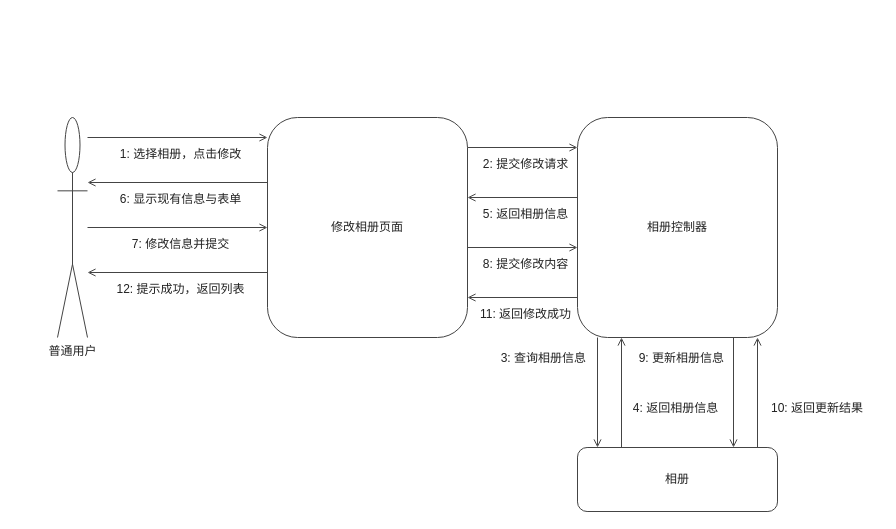
Above: docs/交付/2-相册管理-刘硕/images/修改相册_协作图.drawio in chennuo1101/electronic-photo-album-system1 (draw.io), before the change. Source tidied: cells renumbered, new cells numbered last; positions are measured from the earlier drawing's top-left corner, leaving out a move shared by most shapes. Both pictures are drawn from the tidied source at 100%, with x=0, y=0 at pixel (57, 117).
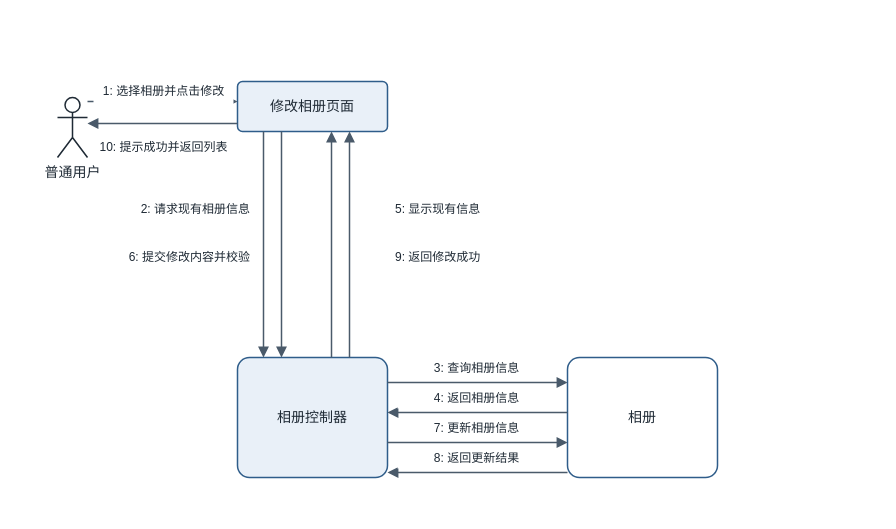
Above is the later version.

What changed in the source:
```diff
@@
+    <mxCell id="30" style="rounded=0;whiteSpace=wrap;html=1;fillColor=#FFFFFF;strokeColor=none;" parent="1" vertex="1">
+      <mxGeometry x="-40" y="-100" width="724" height="484" as="geometry" />
+    </mxCell>
-    <mxCell id="2" value="普通用户" style="shape=umlActor;verticalLabelPosition=bottom;verticalAlign=top;html=1;fillColor=#FFFFFF;strokeColor=#444444;fontFamily=Microsoft YaHei;fontSize=12;fontColor=#222222;" parent="1" vertex="1">
-      <mxGeometry width="30" height="220" as="geometry" />
+    <mxCell id="2" value="普通用户" style="shape=umlActor;verticalLabelPosition=bottom;verticalAlign=top;html=1;fillColor=#FFFFFF;strokeColor=#1F2A35;strokeWidth=1.5;fontFamily=Microsoft YaHei;fontSize=14;fontColor=#1F2A35;" parent="1" vertex="1">
+      <mxGeometry y="-20" width="30" height="60" as="geometry" />
     </mxCell>
-    <mxCell id="3" value="修改相册页面" style="rounded=1;whiteSpace=wrap;html=1;fillColor=#FFFFFF;strokeColor=#444444;fontFamily=Microsoft YaHei;fontSize=12;fontColor=#222222;" parent="1" vertex="1">
-      <mxGeometry x="210" width="200" height="220" as="geometry" />
+    <mxCell id="3" value="修改相册页面" style="rounded=1;arcSize=10;whiteSpace=wrap;html=1;fillColor=#E9F0F8;strokeColor=#2F5D8A;strokeWidth=1.5;fontFamily=Microsoft YaHei;fontSize=14;fontColor=#1F2A35;" parent="1" vertex="1">
+      <mxGeometry x="180" y="-36" width="150" height="50" as="geometry" />
     </mxCell>
+    <mxCell id="31" style="html=1;rounded=0;strokeColor=#4A5A6A;strokeWidth=1.5;startArrow=none;endArrow=block;endFill=1;endSize=7;jumpStyle=arc;jumpSize=6;" parent="1" edge="1">
+      <mxGeometry relative="1" as="geometry">
+        <mxPoint x="30" y="-16" as="sourcePoint" />
+        <mxPoint x="180" y="-16" as="targetPoint" />
+      </mxGeometry>
+    </mxCell>
+    <mxCell id="32" value="1: 选择相册并点击修改" style="text;html=1;align=center;verticalAlign=middle;fillColor=#FFFFFF;strokeColor=none;fontFamily=Microsoft YaHei;fontSize=12;fontColor=#1F2A35;" parent="1" vertex="1">
+      <mxGeometry x="36" y="-42" width="140" height="32" as="geometry" />
+    </mxCell>
+    <mxCell id="33" style="html=1;rounded=0;strokeColor=#4A5A6A;strokeWidth=1.5;startArrow=none;endArrow=block;endFill=1;endSize=7;jumpStyle=arc;jumpSize=6;" parent="1" edge="1">
+      <mxGeometry relative="1" as="geometry">
+        <mxPoint x="180" y="6" as="sourcePoint" />
+        <mxPoint x="30" y="6" as="targetPoint" />
+      </mxGeometry>
+    </mxCell>
+    <mxCell id="34" value="10: 提示成功并返回列表" style="text;html=1;align=center;verticalAlign=middle;fillColor=#FFFFFF;strokeColor=none;fontFamily=Microsoft YaHei;fontSize=12;fontColor=#1F2A35;" parent="1" vertex="1">
+      <mxGeometry x="36" y="14" width="140" height="32" as="geometry" />
+    </mxCell>
-    <mxCell id="4" value="相册控制器" style="rounded=1;whiteSpace=wrap;html=1;fillColor=#FFFFFF;strokeColor=#444444;fontFamily=Microsoft YaHei;fontSize=12;fontColor=#222222;" parent="1" vertex="1">
-      <mxGeometry x="520" width="200" height="220" as="geometry" />
+    <mxCell id="4" value="相册控制器" style="rounded=1;arcSize=10;whiteSpace=wrap;html=1;fillColor=#E9F0F8;strokeColor=#2F5D8A;strokeWidth=1.5;fontFamily=Microsoft YaHei;fontSize=14;fontColor=#1F2A35;" parent="1" vertex="1">
+      <mxGeometry x="180" y="240" width="150" height="120" as="geometry" />
     </mxCell>
+    <mxCell id="35" style="html=1;rounded=0;strokeColor=#4A5A6A;strokeWidth=1.5;startArrow=none;endArrow=block;endFill=1;endSize=7;jumpStyle=arc;jumpSize=6;" parent="1" edge="1">
+      <mxGeometry relative="1" as="geometry">
+        <mxPoint x="206" y="14" as="sourcePoint" />
+        <mxPoint x="206" y="240" as="targetPoint" />
+      </mxGeometry>
+    </mxCell>
+    <mxCell id="36" value="2: 请求现有相册信息" style="text;html=1;align=right;verticalAlign=middle;fillColor=#FFFFFF;strokeColor=none;fontFamily=Microsoft YaHei;fontSize=12;fontColor=#1F2A35;" parent="1" vertex="1">
+      <mxGeometry x="44" y="74" width="150" height="36" as="geometry" />
+    </mxCell>
+    <mxCell id="37" style="html=1;rounded=0;strokeColor=#4A5A6A;strokeWidth=1.5;startArrow=none;endArrow=block;endFill=1;endSize=7;jumpStyle=arc;jumpSize=6;" parent="1" edge="1">
+      <mxGeometry relative="1" as="geometry">
+        <mxPoint x="224" y="14" as="sourcePoint" />
+        <mxPoint x="224" y="240" as="targetPoint" />
+      </mxGeometry>
+    </mxCell>
+    <mxCell id="38" value="6: 提交修改内容并校验" style="text;html=1;align=right;verticalAlign=middle;fillColor=#FFFFFF;strokeColor=none;fontFamily=Microsoft YaHei;fontSize=12;fontColor=#1F2A35;" parent="1" vertex="1">
+      <mxGeometry x="44" y="122" width="150" height="36" as="geometry" />
+    </mxCell>
+    <mxCell id="39" style="html=1;rounded=0;strokeColor=#4A5A6A;strokeWidth=1.5;startArrow=none;endArrow=block;endFill=1;endSize=7;jumpStyle=arc;jumpSize=6;" parent="1" edge="1">
+      <mxGeometry relative="1" as="geometry">
+        <mxPoint x="274" y="240" as="sourcePoint" />
+        <mxPoint x="274" y="14" as="targetPoint" />
+      </mxGeometry>
+    </mxCell>
+    <mxCell id="40" value="5: 显示现有信息" style="text;html=1;align=left;verticalAlign=middle;fillColor=#FFFFFF;strokeColor=none;fontFamily=Microsoft YaHei;fontSize=12;fontColor=#1F2A35;" parent="1" vertex="1">
+      <mxGeometry x="336" y="74" width="150" height="36" as="geometry" />
+    </mxCell>
+    <mxCell id="41" style="html=1;rounded=0;strokeColor=#4A5A6A;strokeWidth=1.5;startArrow=none;endArrow=block;endFill=1;endSize=7;jumpStyle=arc;jumpSize=6;" parent="1" edge="1">
+      <mxGeometry relative="1" as="geometry">
+        <mxPoint x="292" y="240" as="sourcePoint" />
+        <mxPoint x="292" y="14" as="targetPoint" />
+      </mxGeometry>
+    </mxCell>
+    <mxCell id="42" value="9: 返回修改成功" style="text;html=1;align=left;verticalAlign=middle;fillColor=#FFFFFF;strokeColor=none;fontFamily=Microsoft YaHei;fontSize=12;fontColor=#1F2A35;" parent="1" vertex="1">
+      <mxGeometry x="336" y="122" width="150" height="36" as="geometry" />
+    </mxCell>
-    <mxCell id="5" value="相册" style="rounded=1;whiteSpace=wrap;html=1;fillColor=#FFFFFF;strokeColor=#444444;fontFamily=Microsoft YaHei;fontSize=12;fontColor=#222222;" parent="1" vertex="1">
-      <mxGeometry x="520" y="330" width="200" height="64" as="geometry" />
+    <mxCell id="5" value="相册" style="rounded=1;arcSize=10;whiteSpace=wrap;html=1;fillColor=#FFFFFF;strokeColor=#2F5D8A;strokeWidth=1.5;fontFamily=Microsoft YaHei;fontSize=14;fontColor=#1F2A35;" parent="1" vertex="1">
+      <mxGeometry x="510" y="240" width="150" height="120" as="geometry" />
     </mxCell>
-    <mxCell id="6" style="html=1;rounded=0;strokeColor=#444444;strokeWidth=1;startArrow=none;endArrow=open;endFill=0;" parent="1" edge="1">
-      <mxGeometry relative="1" as="geometry">
-        <mxPoint x="30" y="20" as="sourcePoint" />
-        <mxPoint x="210" y="20" as="targetPoint" />
-      </mxGeometry>
-    </mxCell>
-    <mxCell id="7" value="1: 选择相册，点击修改" style="text;html=1;align=center;verticalAlign=middle;fillColor=none;strokeColor=none;fontFamily=Microsoft YaHei;fontSize=12;fontColor=#222222;" parent="1" vertex="1">
-      <mxGeometry x="35" y="26" width="175" height="22" as="geometry" />
-    </mxCell>
-    <mxCell id="8" style="html=1;rounded=0;strokeColor=#444444;strokeWidth=1;startArrow=none;endArrow=open;endFill=0;" parent="1" edge="1">
-      <mxGeometry relative="1" as="geometry">
-        <mxPoint x="210" y="65" as="sourcePoint" />
-        <mxPoint x="30" y="65" as="targetPoint" />
-      </mxGeometry>
-    </mxCell>
-    <mxCell id="9" value="6: 显示现有信息与表单" style="text;html=1;align=center;verticalAlign=middle;fillColor=none;strokeColor=none;fontFamily=Microsoft YaHei;fontSize=12;fontColor=#222222;" parent="1" vertex="1">
-      <mxGeometry x="35" y="71" width="175" height="22" as="geometry" />
-    </mxCell>
-    <mxCell id="10" style="html=1;rounded=0;strokeColor=#444444;strokeWidth=1;startArrow=none;endArrow=open;endFill=0;" parent="1" edge="1">
-      <mxGeometry relative="1" as="geometry">
-        <mxPoint x="30" y="110" as="sourcePoint" />
-        <mxPoint x="210" y="110" as="targetPoint" />
-      </mxGeometry>
-    </mxCell>
-    <mxCell id="11" value="7: 修改信息并提交" style="text;html=1;align=center;verticalAlign=middle;fillColor=none;strokeColor=none;fontFamily=Microsoft YaHei;fontSize=12;fontColor=#222222;" parent="1" vertex="1">
-      <mxGeometry x="35" y="116" width="175" height="22" as="geometry" />
-    </mxCell>
-    <mxCell id="12" style="html=1;rounded=0;strokeColor=#444444;strokeWidth=1;startArrow=none;endArrow=open;endFill=0;" parent="1" edge="1">
-      <mxGeometry relative="1" as="geometry">
-        <mxPoint x="210" y="155" as="sourcePoint" />
-        <mxPoint x="30" y="155" as="targetPoint" />
-      </mxGeometry>
-    </mxCell>
-    <mxCell id="13" value="12: 提示成功，返回列表" style="text;html=1;align=center;verticalAlign=middle;fillColor=none;strokeColor=none;fontFamily=Microsoft YaHei;fontSize=12;fontColor=#222222;" parent="1" vertex="1">
-      <mxGeometry x="35" y="161" width="175" height="22" as="geometry" />
-    </mxCell>
-    <mxCell id="14" style="html=1;rounded=0;strokeColor=#444444;strokeWidth=1;startArrow=none;endArrow=open;endFill=0;" parent="1" edge="1">
-      <mxGeometry relative="1" as="geometry">
-        <mxPoint x="410" y="30" as="sourcePoint" />
-        <mxPoint x="520" y="30" as="targetPoint" />
-      </mxGeometry>
-    </mxCell>
-    <mxCell id="15" value="2: 提交修改请求" style="text;html=1;align=center;verticalAlign=middle;fillColor=none;strokeColor=none;fontFamily=Microsoft YaHei;fontSize=12;fontColor=#222222;" parent="1" vertex="1">
-      <mxGeometry x="415" y="36" width="105" height="22" as="geometry" />
-    </mxCell>
-    <mxCell id="16" style="html=1;rounded=0;strokeColor=#444444;strokeWidth=1;startArrow=none;endArrow=open;endFill=0;" parent="1" edge="1">
-      <mxGeometry relative="1" as="geometry">
-        <mxPoint x="520" y="80" as="sourcePoint" />
-        <mxPoint x="410" y="80" as="targetPoint" />
-      </mxGeometry>
-    </mxCell>
-    <mxCell id="17" value="5: 返回相册信息" style="text;html=1;align=center;verticalAlign=middle;fillColor=none;strokeColor=none;fontFamily=Microsoft YaHei;fontSize=12;fontColor=#222222;" parent="1" vertex="1">
-      <mxGeometry x="415" y="86" width="105" height="22" as="geometry" />
-    </mxCell>
-    <mxCell id="18" style="html=1;rounded=0;strokeColor=#444444;strokeWidth=1;startArrow=none;endArrow=open;endFill=0;" parent="1" edge="1">
-      <mxGeometry relative="1" as="geometry">
-        <mxPoint x="410" y="130" as="sourcePoint" />
-        <mxPoint x="520" y="130" as="targetPoint" />
-      </mxGeometry>
-    </mxCell>
-    <mxCell id="19" value="8: 提交修改内容" style="text;html=1;align=center;verticalAlign=middle;fillColor=none;strokeColor=none;fontFamily=Microsoft YaHei;fontSize=12;fontColor=#222222;" parent="1" vertex="1">
-      <mxGeometry x="415" y="136" width="105" height="22" as="geometry" />
-    </mxCell>
-    <mxCell id="20" style="html=1;rounded=0;strokeColor=#444444;strokeWidth=1;startArrow=none;endArrow=open;endFill=0;" parent="1" edge="1">
-      <mxGeometry relative="1" as="geometry">
-        <mxPoint x="520" y="180" as="sourcePoint" />
-        <mxPoint x="410" y="180" as="targetPoint" />
-      </mxGeometry>
-    </mxCell>
-    <mxCell id="21" value="11: 返回修改成功" style="text;html=1;align=center;verticalAlign=middle;fillColor=none;strokeColor=none;fontFamily=Microsoft YaHei;fontSize=12;fontColor=#222222;" parent="1" vertex="1">
-      <mxGeometry x="415" y="186" width="105" height="22" as="geometry" />
-    </mxCell>
-    <mxCell id="22" style="html=1;rounded=0;strokeColor=#444444;strokeWidth=1;startArrow=none;endArrow=open;endFill=0;" parent="1" edge="1">
-      <mxGeometry relative="1" as="geometry">
-        <mxPoint x="540" y="220" as="sourcePoint" />
-        <mxPoint x="540" y="330" as="targetPoint" />
-      </mxGeometry>
-    </mxCell>
+    <mxCell id="43" style="html=1;rounded=0;strokeColor=#4A5A6A;strokeWidth=1.5;startArrow=none;endArrow=block;endFill=1;endSize=7;jumpStyle=arc;jumpSize=6;" parent="1" edge="1">
+      <mxGeometry relative="1" as="geometry">
+        <mxPoint x="330" y="265" as="sourcePoint" />
+        <mxPoint x="510" y="265" as="targetPoint" />
+      </mxGeometry>
+    </mxCell>
-    <mxCell id="23" value="3: 查询相册信息" style="text;html=1;align=right;verticalAlign=middle;fillColor=none;strokeColor=none;fontFamily=Microsoft YaHei;fontSize=12;fontColor=#222222;" parent="1" vertex="1">
-      <mxGeometry x="410" y="230" width="120" height="22" as="geometry" />
+    <mxCell id="23" value="3: 查询相册信息" style="text;html=1;align=center;verticalAlign=middle;fillColor=#FFFFFF;strokeColor=none;fontFamily=Microsoft YaHei;fontSize=12;fontColor=#1F2A35;" parent="1" vertex="1">
+      <mxGeometry x="340" y="241" width="158" height="20" as="geometry" />
     </mxCell>
-    <mxCell id="24" style="html=1;rounded=0;strokeColor=#444444;strokeWidth=1;startArrow=none;endArrow=open;endFill=0;" parent="1" edge="1">
-      <mxGeometry relative="1" as="geometry">
-        <mxPoint x="564" y="330" as="sourcePoint" />
-        <mxPoint x="564" y="220" as="targetPoint" />
-      </mxGeometry>
-    </mxCell>
+    <mxCell id="44" style="html=1;rounded=0;strokeColor=#4A5A6A;strokeWidth=1.5;startArrow=none;endArrow=block;endFill=1;endSize=7;jumpStyle=arc;jumpSize=6;" parent="1" edge="1">
+      <mxGeometry relative="1" as="geometry">
+        <mxPoint x="510" y="295" as="sourcePoint" />
+        <mxPoint x="330" y="295" as="targetPoint" />
+      </mxGeometry>
+    </mxCell>
-    <mxCell id="25" value="4: 返回相册信息" style="text;html=1;align=center;verticalAlign=middle;fillColor=none;strokeColor=none;fontFamily=Microsoft YaHei;fontSize=12;fontColor=#222222;" parent="1" vertex="1">
-      <mxGeometry x="568" y="280" width="100" height="22" as="geometry" />
+    <mxCell id="25" value="4: 返回相册信息" style="text;html=1;align=center;verticalAlign=middle;fillColor=#FFFFFF;strokeColor=none;fontFamily=Microsoft YaHei;fontSize=12;fontColor=#1F2A35;" parent="1" vertex="1">
+      <mxGeometry x="340" y="271" width="158" height="20" as="geometry" />
     </mxCell>
-    <mxCell id="26" style="html=1;rounded=0;strokeColor=#444444;strokeWidth=1;startArrow=none;endArrow=open;endFill=0;" parent="1" edge="1">
-      <mxGeometry relative="1" as="geometry">
-        <mxPoint x="676" y="220" as="sourcePoint" />
-        <mxPoint x="676" y="330" as="targetPoint" />
-      </mxGeometry>
-    </mxCell>
-    <mxCell id="27" value="9: 更新相册信息" style="text;html=1;align=right;verticalAlign=middle;fillColor=none;strokeColor=none;fontFamily=Microsoft YaHei;fontSize=12;fontColor=#222222;" parent="1" vertex="1">
-      <mxGeometry x="578" y="230" width="90" height="22" as="geometry" />
-    </mxCell>
-    <mxCell id="28" style="html=1;rounded=0;strokeColor=#444444;strokeWidth=1;startArrow=none;endArrow=open;endFill=0;" parent="1" edge="1">
-      <mxGeometry relative="1" as="geometry">
-        <mxPoint x="700" y="330" as="sourcePoint" />
-        <mxPoint x="700" y="220" as="targetPoint" />
-      </mxGeometry>
-    </mxCell>
-    <mxCell id="29" value="10: 返回更新结果" style="text;html=1;align=left;verticalAlign=middle;fillColor=none;strokeColor=none;fontFamily=Microsoft YaHei;fontSize=12;fontColor=#222222;" parent="1" vertex="1">
-      <mxGeometry x="712" y="280" width="110" height="22" as="geometry" />
-    </mxCell>
+    <mxCell id="45" style="html=1;rounded=0;strokeColor=#4A5A6A;strokeWidth=1.5;startArrow=none;endArrow=block;endFill=1;endSize=7;jumpStyle=arc;jumpSize=6;" parent="1" edge="1">
+      <mxGeometry relative="1" as="geometry">
+        <mxPoint x="330" y="325" as="sourcePoint" />
+        <mxPoint x="510" y="325" as="targetPoint" />
+      </mxGeometry>
+    </mxCell>
+    <mxCell id="46" value="7: 更新相册信息" style="text;html=1;align=center;verticalAlign=middle;fillColor=#FFFFFF;strokeColor=none;fontFamily=Microsoft YaHei;fontSize=12;fontColor=#1F2A35;" parent="1" vertex="1">
+      <mxGeometry x="340" y="301" width="158" height="20" as="geometry" />
+    </mxCell>
+    <mxCell id="47" style="html=1;rounded=0;strokeColor=#4A5A6A;strokeWidth=1.5;startArrow=none;endArrow=block;endFill=1;endSize=7;jumpStyle=arc;jumpSize=6;" parent="1" edge="1">
+      <mxGeometry relative="1" as="geometry">
+        <mxPoint x="510" y="355" as="sourcePoint" />
+        <mxPoint x="330" y="355" as="targetPoint" />
+      </mxGeometry>
+    </mxCell>
+    <mxCell id="48" value="8: 返回更新结果" style="text;html=1;align=center;verticalAlign=middle;fillColor=#FFFFFF;strokeColor=none;fontFamily=Microsoft YaHei;fontSize=12;fontColor=#1F2A35;" parent="1" vertex="1">
+      <mxGeometry x="340" y="331" width="158" height="20" as="geometry" />
+    </mxCell>
```
